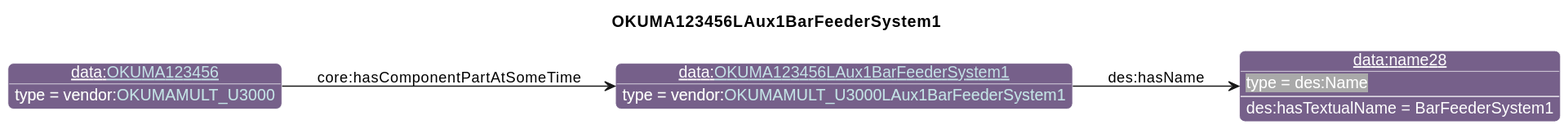
Earlier version of the PlantUML export diagrams/OKUMA123456LAux1BarFeederSystem1.svg (iofoundry/example-syseng-mtconnect).
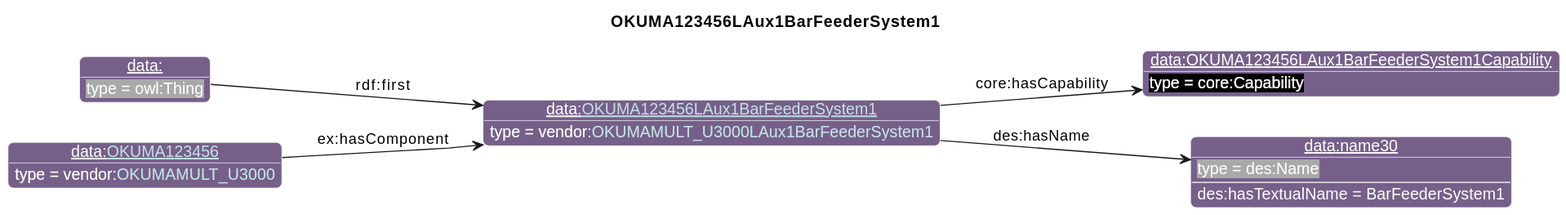
After the change.

Change to the diagram source:
```diff
@@ -26,9 +26,13 @@
                       "qp":"641B2E"
       }
 individual(o0, data:[[./OKUMA123456LAux1BarFeederSystem1.html OKUMA123456LAux1BarFeederSystem1]], vendor:[[../OKUMA.html#OKUMAMULT_U3000LAux1BarFeederSystem1 OKUMAMULT_U3000LAux1BarFeederSystem1]])
-individual(o1, data:name28, des:Name)
-individual(o2, data:[[./OKUMA123456.html OKUMA123456]], vendor:[[../OKUMA.html#OKUMAMULT_U3000 OKUMAMULT_U3000]])
-property(o0, "des:hasName", o1)
-data(o1, "des:hasTextualName", "BarFeederSystem1")
-property(o2, "core:hasComponentPartAtSomeTime", o0)
+individual(o1, data:OKUMA123456LAux1BarFeederSystem1Capability, core:Capability)
+individual(o2, data:name30, des:Name)
+individual(o3, data:, owl:Thing)
+individual(o4, data:[[./OKUMA123456.html OKUMA123456]], vendor:[[../OKUMA.html#OKUMAMULT_U3000 OKUMAMULT_U3000]])
+property(o0, "core:hasCapability", o1)
+property(o0, "des:hasName", o2)
+data(o2, "des:hasTextualName", "BarFeederSystem1")
+property(o3, "rdf:first", o0)
+property(o4, "ex:hasComponent", o0)
 @enduml
```
